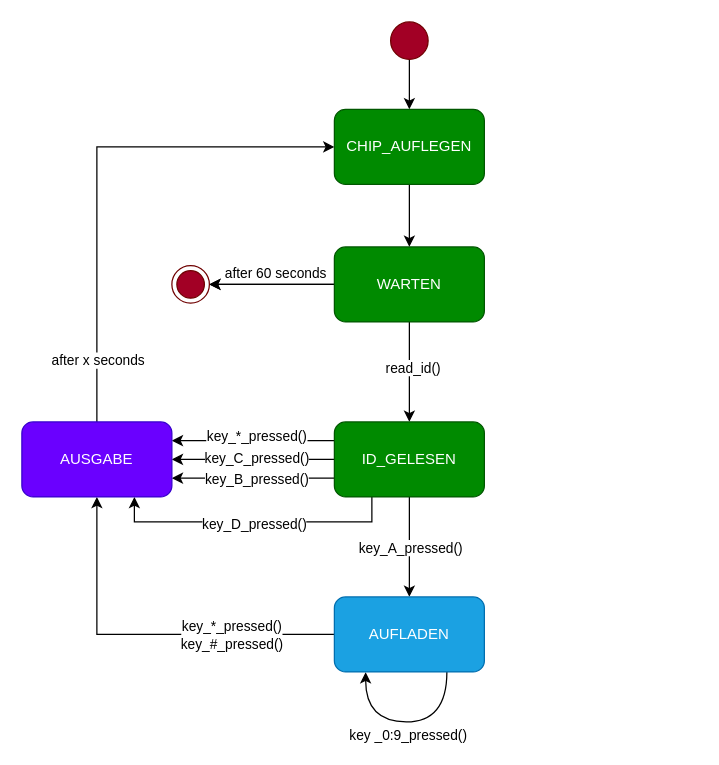
Above: design/StatePattern.drawio in lukas-honold/BudeRFID (draw.io), before the change. Source tidied: cells renumbered, new cells numbered last; positions are measured from the earlier drawing's top-left corner, leaving out a move shared by most shapes. Both pictures are drawn from the tidied source at 125%, with x=0, y=0 at pixel (21, 21).
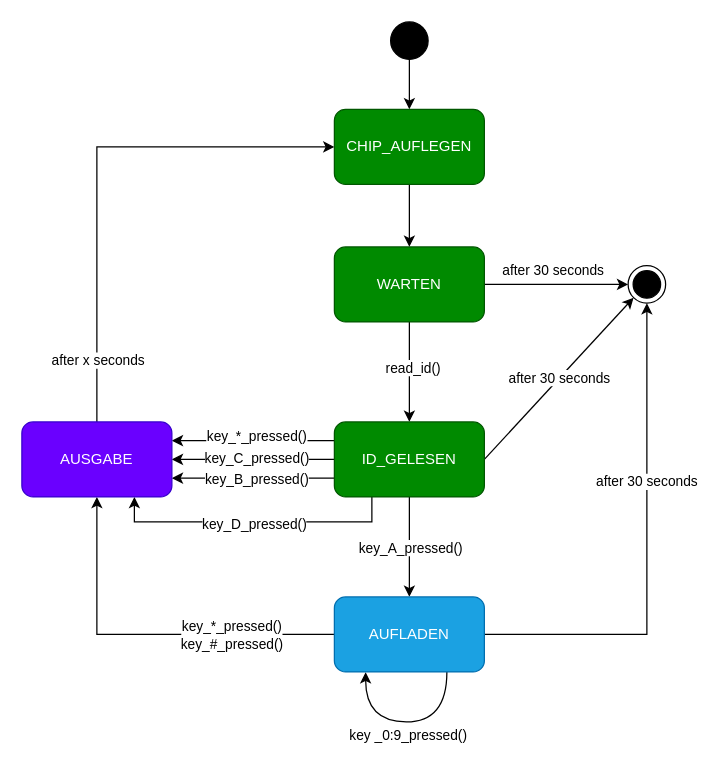
Above is the later version.

Commit message (it also covers changes not shown here):
Zustandsdiagramm angepasst und SD import bzw. export getestet

Unchanged cells that the change refers to:
```xml
<mxCell id="9" value="WARTEN" style="rounded=1;whiteSpace=wrap;html=1;fillColor=#008a00;strokeColor=#005700;fontColor=#ffffff;" parent="1" vertex="1">
  <mxGeometry x="250" y="180" width="120" height="60" as="geometry" />
</mxCell>
<mxCell id="22" value="ID_GELESEN" style="rounded=1;whiteSpace=wrap;html=1;fillColor=#008a00;strokeColor=#005700;fontColor=#ffffff;" parent="1" vertex="1">
  <mxGeometry x="250" y="320" width="120" height="60" as="geometry" />
</mxCell>
<mxCell id="26" value="AUFLADEN" style="rounded=1;whiteSpace=wrap;html=1;fillColor=#1ba1e2;strokeColor=#006EAF;fontColor=#ffffff;" parent="1" vertex="1">
  <mxGeometry x="250" y="460" width="120" height="60" as="geometry" />
</mxCell>
```

What changed in the source:
```diff
@@
-    <mxCell id="6" style="edgeStyle=none;rounded=0;jettySize=auto;html=1;exitX=0;exitY=0.5;exitDx=0;exitDy=0;entryX=1;entryY=0.5;entryDx=0;entryDy=0;" parent="1" edge="1" source="9" target="30">
+    <mxCell id="6" style="edgeStyle=none;rounded=0;jettySize=auto;html=1;exitX=0;exitY=0.5;exitDx=0;exitDy=0;entryX=0;entryY=0.5;entryDx=0;entryDy=0;" parent="1" edge="1" source="9" target="30">
       <mxGeometry relative="1" as="geometry" />
     </mxCell>
-    <mxCell id="7" value="after 60 seconds" style="edgeLabel;html=1;align=center;verticalAlign=middle;" parent="6" vertex="1">
+    <mxCell id="7" value="after 30 seconds" style="edgeLabel;html=1;align=center;verticalAlign=middle;" parent="6" vertex="1">
       <mxGeometry x="-0.29" y="1" relative="1" as="geometry">
-        <mxPoint x="-11.1" y="-11" as="offset" />
+        <mxPoint x="91.5" y="-11" as="offset" />
       </mxGeometry>
     </mxCell>
-    <mxCell id="8" style="edgeStyle=orthogonalEdgeStyle;rounded=0;jettySize=auto;html=1;" parent="1" edge="1" source="9" target="30">
-      <mxGeometry relative="1" as="geometry" />
-    </mxCell>
@@
-    <mxCell id="11" style="ellipse;fillColor=#a20025;strokeColor=#6F0000;fontColor=#ffffff;" parent="1" vertex="1">
+    <mxCell id="11" style="ellipse;fontColor=#ffffff;fillColor=#000000;" parent="1" vertex="1">
       <mxGeometry x="295" width="30" height="30" as="geometry" />
     </mxCell>
@@
+    <mxCell id="32" value="after 30 seconds" style="rounded=0;jettySize=auto;html=1;exitX=1;exitY=0.5;exitDx=0;exitDy=0;entryX=0;entryY=1;entryDx=0;entryDy=0;" parent="1" edge="1" source="22" target="30">
+      <mxGeometry relative="1" as="geometry" />
+    </mxCell>
@@
+    <mxCell id="33" style="edgeStyle=orthogonalEdgeStyle;rounded=0;jettySize=auto;html=1;exitX=1;exitY=0.5;exitDx=0;exitDy=0;entryX=0.5;entryY=1;entryDx=0;entryDy=0;" parent="1" edge="1" source="26" target="30">
+      <mxGeometry x="0.32" y="-25" relative="1" as="geometry" />
+    </mxCell>
+    <mxCell id="34" value="after 30 seconds" style="edgeLabel;html=1;align=center;verticalAlign=middle;" parent="33" vertex="1">
+      <mxGeometry x="0.28" y="1" relative="1" as="geometry" />
+    </mxCell>
@@
-    <mxCell id="30" style="ellipse;html=1;shape=endState;fillColor=#a20025;strokeColor=#6F0000;fontColor=#ffffff;" parent="1" vertex="1">
-      <mxGeometry x="120" y="195" width="30" height="30" as="geometry" />
+    <mxCell id="30" style="ellipse;html=1;shape=endState;fontColor=#ffffff;fillColor=#000000;" parent="1" vertex="1">
+      <mxGeometry x="485" y="195" width="30" height="30" as="geometry" />
     </mxCell>
```
